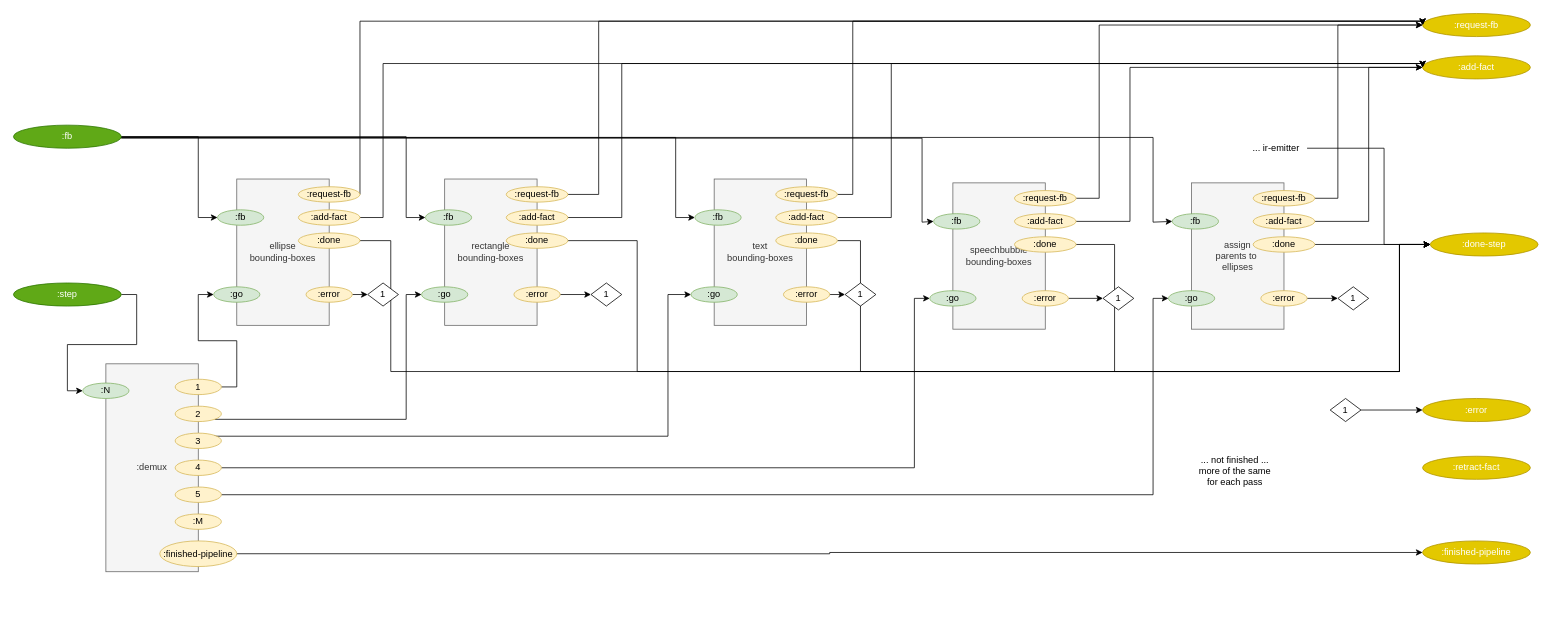
bmfbp/bmfbp keeps this draw.io diagram as page "1. Passes" (7 of 7) of v5/v5.drawio. Above is the earlier version. Source tidied: cells renumbered, new cells numbered last; positions are measured from the earlier drawing's top-left corner, leaving out a move shared by most shapes. Both pictures are drawn from the tidied source at 77%, with x=0, y=0 at pixel (13, 13).
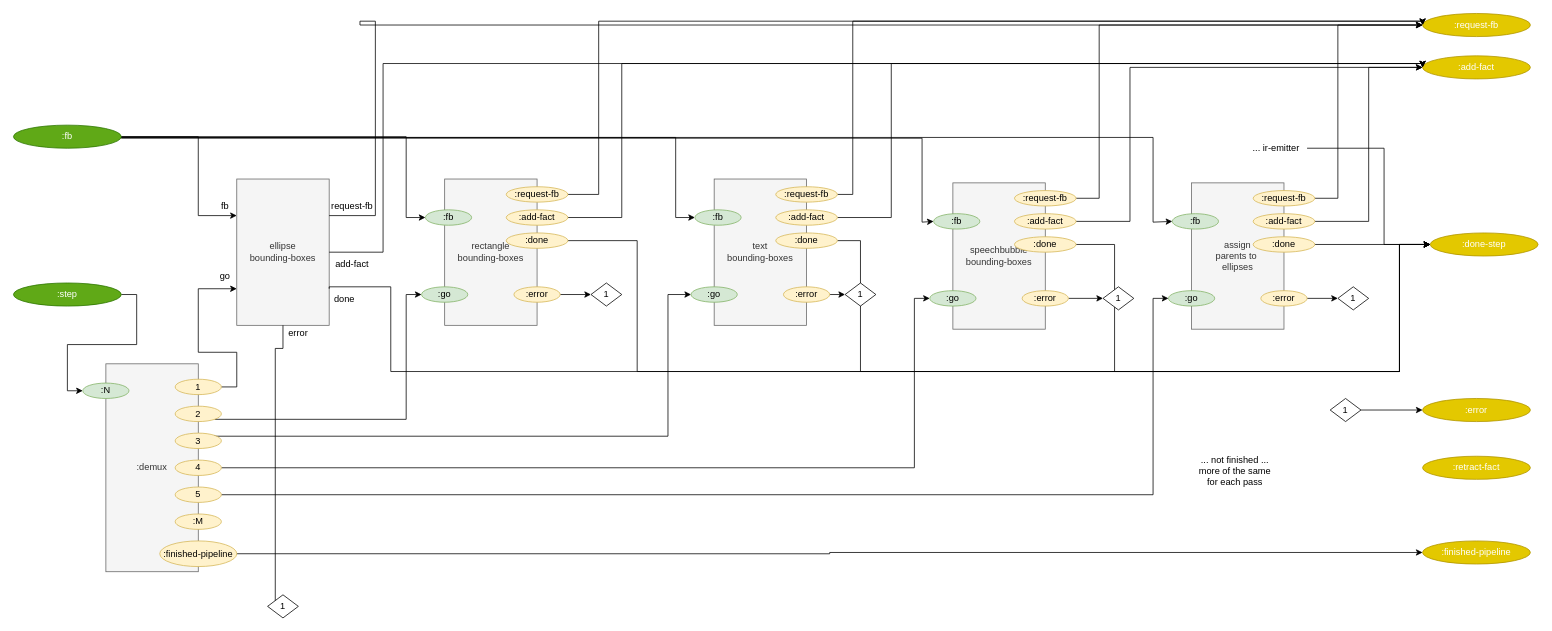
The same page after the edit.

The change refers to these unchanged cells:
```xml
<mxCell id="7" value=":fb" style="ellipse;whiteSpace=wrap;html=1;fillColor=#60a917;strokeColor=#2D7600;fontColor=#ffffff;" parent="1" vertex="1">
  <mxGeometry y="145" width="140" height="30" as="geometry" />
</mxCell>
<mxCell id="9" value=":done-step" style="ellipse;whiteSpace=wrap;html=1;fillColor=#e3c800;strokeColor=#B09500;fontColor=#ffffff;" parent="1" vertex="1">
  <mxGeometry x="1840" y="285" width="140" height="30" as="geometry" />
</mxCell>
<mxCell id="10" value=":add-fact" style="ellipse;whiteSpace=wrap;html=1;fillColor=#e3c800;strokeColor=#B09500;fontColor=#ffffff;" parent="1" vertex="1">
  <mxGeometry x="1830" y="55" width="140" height="30" as="geometry" />
</mxCell>
<mxCell id="11" value=":request-fb" style="ellipse;whiteSpace=wrap;html=1;fillColor=#e3c800;strokeColor=#B09500;fontColor=#ffffff;" parent="1" vertex="1">
  <mxGeometry x="1830" width="140" height="30" as="geometry" />
</mxCell>
<mxCell id="12" value="ellipse&lt;br&gt;bounding-boxes" style="rounded=0;whiteSpace=wrap;html=1;fillColor=#f5f5f5;strokeColor=#666666;fontColor=#333333;" parent="1" vertex="1">
  <mxGeometry x="290" y="215" width="120" height="190" as="geometry" />
</mxCell>
<mxCell id="79" value="1" style="ellipse;whiteSpace=wrap;html=1;fillColor=#fff2cc;strokeColor=#d6b656;" parent="1" vertex="1">
  <mxGeometry x="210" y="475" width="60" height="20" as="geometry" />
</mxCell>
```

Diff of the diagram source:
```diff
@@
-    <mxCell id="2" style="edgeStyle=orthogonalEdgeStyle;rounded=0;jettySize=auto;html=1;exitX=1;exitY=0.5;exitDx=0;exitDy=0;entryX=0;entryY=0.5;entryDx=0;entryDy=0;" parent="1" edge="1" source="7" target="13">
+    <mxCell id="2" style="edgeStyle=orthogonalEdgeStyle;rounded=0;jettySize=auto;html=1;exitX=1;exitY=0.5;exitDx=0;exitDy=0;entryX=0;entryY=0.25;entryDx=0;entryDy=0;" parent="1" edge="1" source="7" target="12">
       <mxGeometry relative="1" as="geometry">
         <Array as="points">
           <mxPoint x="240" y="160" />
-          <mxPoint x="240" y="265" />
+          <mxPoint x="240" y="263" />
         </Array>
       </mxGeometry>
     </mxCell>
@@
-    <mxCell id="13" value=":fb" style="ellipse;whiteSpace=wrap;html=1;fillColor=#d5e8d4;strokeColor=#82b366;" parent="1" vertex="1">
-      <mxGeometry x="265" y="255" width="60" height="20" as="geometry" />
-    </mxCell>
-    <mxCell id="14" style="edgeStyle=orthogonalEdgeStyle;rounded=0;jettySize=auto;html=1;exitX=1;exitY=0.5;exitDx=0;exitDy=0;entryX=0;entryY=0.5;entryDx=0;entryDy=0;" parent="1" edge="1" source="15" target="10">
+    <mxCell id="14" style="edgeStyle=orthogonalEdgeStyle;rounded=0;jettySize=auto;html=1;exitX=1;exitY=0.5;exitDx=0;exitDy=0;entryX=0;entryY=0.5;entryDx=0;entryDy=0;" parent="1" edge="1" source="12" target="10">
       <mxGeometry relative="1" as="geometry">
         <Array as="points">
-          <mxPoint x="480" y="265" />
+          <mxPoint x="480" y="310" />
           <mxPoint x="480" y="65" />
+          <mxPoint x="1830" y="65" />
         </Array>
       </mxGeometry>
     </mxCell>
-    <mxCell id="15" value=":add-fact" style="ellipse;whiteSpace=wrap;html=1;fillColor=#fff2cc;strokeColor=#d6b656;" parent="1" vertex="1">
-      <mxGeometry x="370" y="255" width="80" height="20" as="geometry" />
-    </mxCell>
-    <mxCell id="16" style="edgeStyle=orthogonalEdgeStyle;rounded=0;jettySize=auto;html=1;exitX=1;exitY=0.5;exitDx=0;exitDy=0;entryX=0;entryY=0.5;entryDx=0;entryDy=0;" parent="1" edge="1" source="17" target="25">
-      <mxGeometry relative="1" as="geometry" />
+    <mxCell id="16" style="edgeStyle=orthogonalEdgeStyle;rounded=0;jettySize=auto;html=1;exitX=0.5;exitY=1;exitDx=0;exitDy=0;entryX=0;entryY=0.5;entryDx=0;entryDy=0;" parent="1" edge="1" source="12" target="25">
+      <mxGeometry relative="1" as="geometry">
+        <Array as="points">
+          <mxPoint x="350" y="435" />
+          <mxPoint x="340" y="435" />
+          <mxPoint x="340" y="770" />
+        </Array>
+      </mxGeometry>
     </mxCell>
-    <mxCell id="17" value=":error" style="ellipse;whiteSpace=wrap;html=1;fillColor=#fff2cc;strokeColor=#d6b656;" parent="1" vertex="1">
-      <mxGeometry x="380" y="355" width="60" height="20" as="geometry" />
-    </mxCell>
-    <mxCell id="18" value=":go" style="ellipse;whiteSpace=wrap;html=1;fillColor=#d5e8d4;strokeColor=#82b366;" parent="1" vertex="1">
-      <mxGeometry x="260" y="355" width="60" height="20" as="geometry" />
-    </mxCell>
-    <mxCell id="19" style="edgeStyle=orthogonalEdgeStyle;rounded=0;jettySize=auto;html=1;exitX=1;exitY=0.5;exitDx=0;exitDy=0;entryX=0;entryY=0.5;entryDx=0;entryDy=0;" parent="1" edge="1" source="20" target="9">
+    <mxCell id="19" style="edgeStyle=orthogonalEdgeStyle;rounded=0;jettySize=auto;html=1;exitX=1;exitY=0.75;exitDx=0;exitDy=0;entryX=0;entryY=0.5;entryDx=0;entryDy=0;" parent="1" edge="1" source="12" target="9">
       <mxGeometry relative="1" as="geometry">
         <Array as="points">
-          <mxPoint x="490" y="295" />
+          <mxPoint x="410" y="355" />
+          <mxPoint x="490" y="355" />
           <mxPoint x="490" y="465" />
           <mxPoint x="1800" y="465" />
           <mxPoint x="1800" y="300" />
         </Array>
       </mxGeometry>
     </mxCell>
-    <mxCell id="20" value=":done" style="ellipse;whiteSpace=wrap;html=1;fillColor=#fff2cc;strokeColor=#d6b656;" parent="1" vertex="1">
-      <mxGeometry x="370" y="285" width="80" height="20" as="geometry" />
-    </mxCell>
@@
     <mxCell id="25" value="1" style="rhombus;whiteSpace=wrap;html=1;" parent="1" vertex="1">
-      <mxGeometry x="460" y="350" width="40" height="30" as="geometry" />
+      <mxGeometry x="330" y="755" width="40" height="30" as="geometry" />
     </mxCell>
-    <mxCell id="26" style="edgeStyle=orthogonalEdgeStyle;rounded=0;jettySize=auto;html=1;exitX=1;exitY=0.5;exitDx=0;exitDy=0;entryX=0;entryY=0.5;entryDx=0;entryDy=0;" parent="1" edge="1" source="27" target="11">
+    <mxCell id="26" style="edgeStyle=orthogonalEdgeStyle;rounded=0;jettySize=auto;html=1;exitX=1;exitY=0.25;exitDx=0;exitDy=0;entryX=0;entryY=0.5;entryDx=0;entryDy=0;" parent="1" edge="1" source="12" target="11">
       <mxGeometry relative="1" as="geometry">
         <Array as="points">
+          <mxPoint x="470" y="263" />
+          <mxPoint x="470" y="10" />
           <mxPoint x="450" y="10" />
+          <mxPoint x="450" y="15" />
         </Array>
       </mxGeometry>
     </mxCell>
-    <mxCell id="27" value=":request-fb" style="ellipse;whiteSpace=wrap;html=1;fillColor=#fff2cc;strokeColor=#d6b656;" parent="1" vertex="1">
-      <mxGeometry x="370" y="225" width="80" height="20" as="geometry" />
-    </mxCell>
@@
-    <mxCell id="78" style="edgeStyle=orthogonalEdgeStyle;rounded=0;jettySize=auto;html=1;exitX=1;exitY=0.5;exitDx=0;exitDy=0;entryX=0;entryY=0.5;entryDx=0;entryDy=0;" parent="1" edge="1" source="79" target="18">
-      <mxGeometry relative="1" as="geometry" />
+    <mxCell id="78" style="edgeStyle=orthogonalEdgeStyle;rounded=0;jettySize=auto;html=1;exitX=1;exitY=0.5;exitDx=0;exitDy=0;entryX=0;entryY=0.75;entryDx=0;entryDy=0;" parent="1" edge="1" source="79" target="12">
+      <mxGeometry relative="1" as="geometry">
+        <Array as="points">
+          <mxPoint x="290" y="485" />
+          <mxPoint x="290" y="440" />
+          <mxPoint x="240" y="440" />
+          <mxPoint x="240" y="358" />
+        </Array>
+      </mxGeometry>
     </mxCell>
@@
+    <mxCell id="96" value="fb" style="text;strokeColor=none;fillColor=none;align=center;verticalAlign=middle;rounded=0;" parent="1" vertex="1">
+      <mxGeometry x="260" y="240" width="30" height="20" as="geometry" />
+    </mxCell>
+    <mxCell id="97" value="go" style="text;strokeColor=none;fillColor=none;align=center;verticalAlign=middle;rounded=0;" parent="1" vertex="1">
+      <mxGeometry x="260" y="330" width="30" height="20" as="geometry" />
+    </mxCell>
+    <mxCell id="98" value="done" style="text;strokeColor=none;fillColor=none;align=center;verticalAlign=middle;rounded=0;" parent="1" vertex="1">
+      <mxGeometry x="410" y="360" width="40" height="20" as="geometry" />
+    </mxCell>
+    <mxCell id="99" value="add-fact" style="text;strokeColor=none;fillColor=none;align=center;verticalAlign=middle;rounded=0;" parent="1" vertex="1">
+      <mxGeometry x="410" y="315" width="60" height="20" as="geometry" />
+    </mxCell>
+    <mxCell id="100" value="request-fb" style="text;strokeColor=none;fillColor=none;align=center;verticalAlign=middle;rounded=0;" parent="1" vertex="1">
+      <mxGeometry x="410" y="240" width="60" height="20" as="geometry" />
+    </mxCell>
+    <mxCell id="101" value="error" style="text;strokeColor=none;fillColor=none;align=center;verticalAlign=middle;rounded=0;" parent="1" vertex="1">
+      <mxGeometry x="350" y="405" width="40" height="20" as="geometry" />
+    </mxCell>
```
